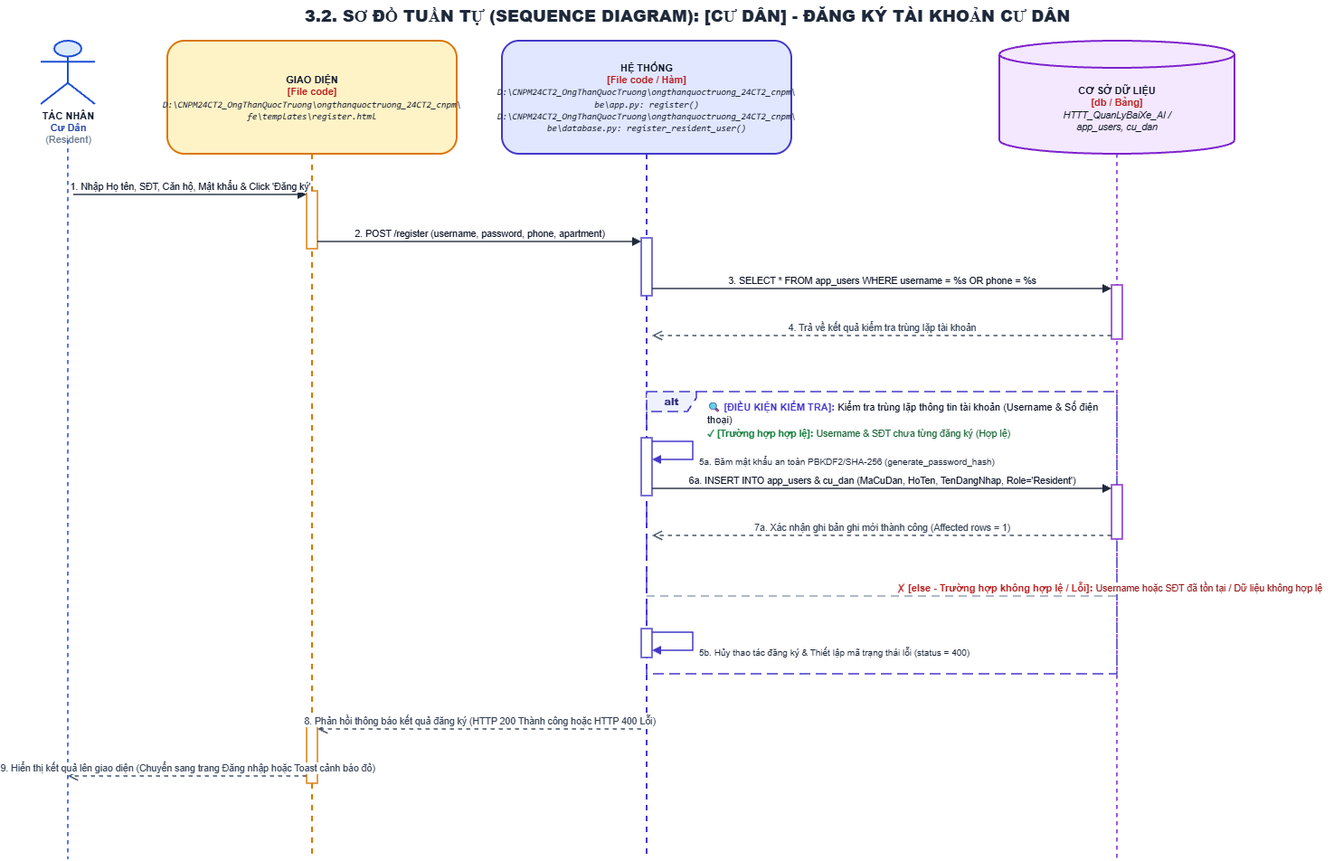
Above: ongthanquoctruong_24CT2_cnpm/docs/Tuần Tự/chức năng đăng ký người dùng.drawio.png in Truong027/CNPM24 (draw.io), before the change. Source tidied: cells renumbered, new cells last; positions are measured from the earlier drawing's top-left corner, leaving out a move shared by most shapes.
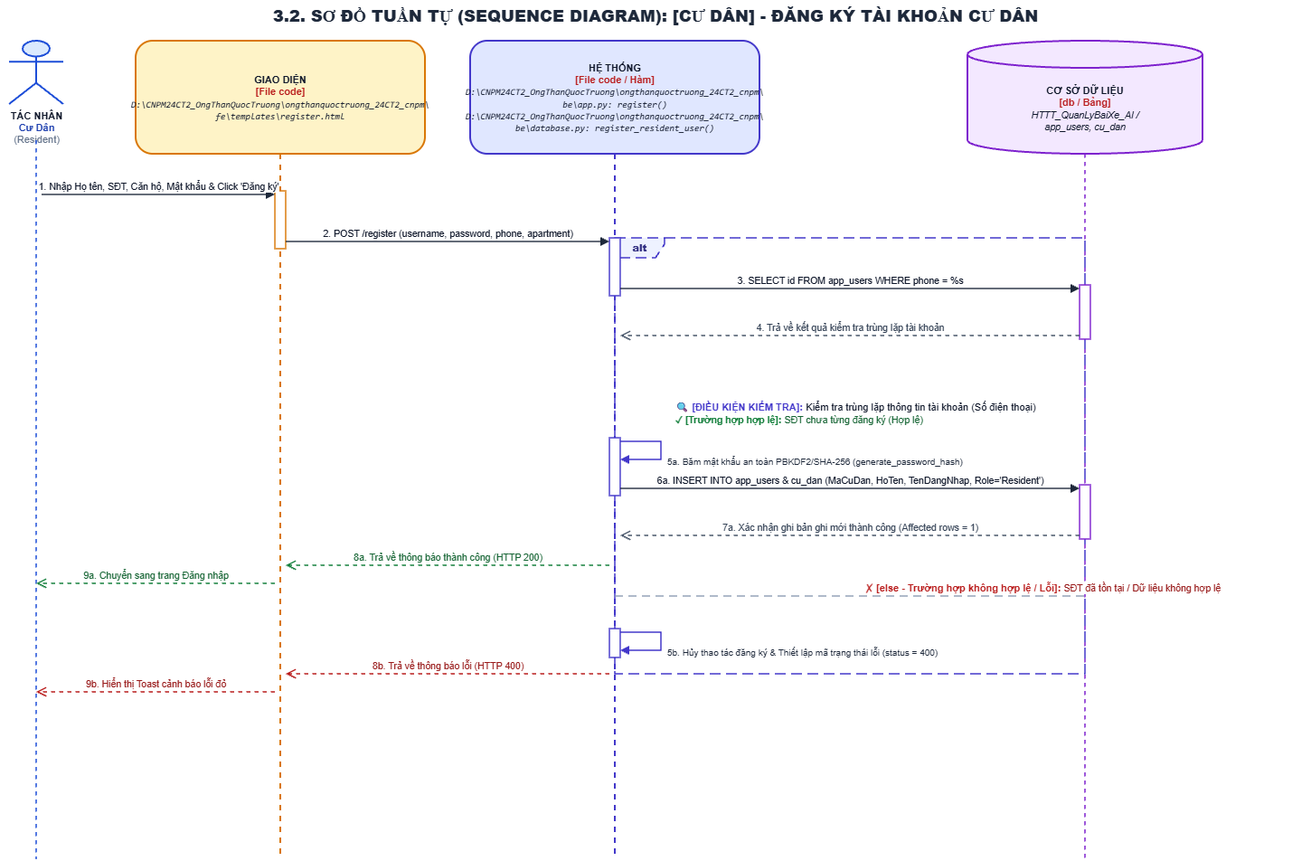
After the commit.

Change to the diagram source:
```diff
@@ -30,12 +30,12 @@
       </mxGeometry>
     </mxCell>
     <mxCell id="9" value="&lt;b&gt;alt&lt;/b&gt;" style="shape=umlFrame;whiteSpace=wrap;html=1;width=55;height=22;dashed=1;dashPattern=8 4;strokeColor=#4338CA;fillColor=#EEF2FF;strokeWidth=1.5;align=center;verticalAlign=middle;fontStyle=1;fontSize=11;fontColor=#312E81;" parent="1" vertex="1">
-      <mxGeometry x="680" y="433" width="520" height="312" as="geometry" />
+      <mxGeometry x="680" y="263" width="520" height="482" as="geometry" />
     </mxCell>
-    <mxCell id="10" value="&lt;b&gt;&lt;font color='#4338CA' style='font-size: 11px;'&gt;🔍 [ĐIỀU KIỆN KIỂM TRA]:&lt;/font&gt;&lt;/b&gt; &lt;font color='#0F172A' style='font-size: 11px;'&gt;Kiểm tra trùng lặp thông tin tài khoản (Username &amp; Số điện thoại)&lt;/font&gt;&lt;br/&gt;&lt;b&gt;&lt;font color='#15803D' style='font-size: 10.5px;'&gt;✓ [Trường hợp hợp lệ]:&lt;/font&gt;&lt;/b&gt; &lt;font color='#166534' style='font-size: 10.5px;'&gt;Username &amp; SĐT chưa từng đăng ký (Hợp lệ)&lt;/font&gt;" style="text;html=1;strokeColor=none;fillColor=none;align=left;verticalAlign=top;whiteSpace=wrap;rounded=0;" parent="1" vertex="1">
+    <mxCell id="10" value="&lt;b&gt;&lt;font color='#4338CA' style='font-size: 11px;'&gt;🔍 [ĐIỀU KIỆN KIỂM TRA]:&lt;/font&gt;&lt;/b&gt; &lt;font color='#0F172A' style='font-size: 11px;'&gt;Kiểm tra trùng lặp thông tin tài khoản (Số điện thoại)&lt;/font&gt;&lt;br/&gt;&lt;b&gt;&lt;font color='#15803D' style='font-size: 10.5px;'&gt;✓ [Trường hợp hợp lệ]:&lt;/font&gt;&lt;/b&gt; &lt;font color='#166534' style='font-size: 10.5px;'&gt;SĐT chưa từng đăng ký (Hợp lệ)&lt;/font&gt;" style="text;html=1;strokeColor=none;fillColor=none;align=left;verticalAlign=top;whiteSpace=wrap;rounded=0;" parent="1" vertex="1">
       <mxGeometry x="745" y="436" width="445" height="36" as="geometry" />
     </mxCell>
-    <mxCell id="11" value="&lt;b&gt;&lt;font color='#B91C1C' style='font-size: 11px;'&gt;✗ [else - Trường hợp không hợp lệ / Lỗi]:&lt;/font&gt;&lt;/b&gt; &lt;font color='#991B1B' style='font-size: 10.5px;'&gt;Username hoặc SĐT đã tồn tại / Dữ liệu không hợp lệ&lt;/font&gt;" style="html=1;strokeWidth=1.5;strokeColor=#94A3B8;dashed=1;dashPattern=6 4;endArrow=none;align=left;verticalAlign=bottom;spacingLeft=15;" parent="1" edge="1">
+    <mxCell id="11" value="&lt;b&gt;&lt;font color='#B91C1C' style='font-size: 11px;'&gt;✗ [else - Trường hợp không hợp lệ / Lỗi]:&lt;/font&gt;&lt;/b&gt; &lt;font color='#991B1B' style='font-size: 10.5px;'&gt;SĐT đã tồn tại / Dữ liệu không hợp lệ&lt;/font&gt;" style="html=1;strokeWidth=1.5;strokeColor=#94A3B8;dashed=1;dashPattern=6 4;endArrow=none;align=left;verticalAlign=bottom;spacingLeft=15;" parent="1" edge="1">
       <mxGeometry relative="1" as="geometry">
         <mxPoint x="680" y="659" as="sourcePoint" />
         <mxPoint x="1200" y="659" as="targetPoint" />
@@ -44,9 +44,6 @@
     <mxCell id="12" style="html=1;perimeter=orthogonalPerimeter;targetShapes=umlLifeline;topToBottom=1;fillColor=#FFFFFF;strokeColor=#D97706;strokeWidth=1.5;rounded=0;" parent="1" vertex="1">
       <mxGeometry x="304" y="211" width="12" height="64" as="geometry" />
     </mxCell>
-    <mxCell id="13" style="html=1;perimeter=orthogonalPerimeter;targetShapes=umlLifeline;topToBottom=1;fillColor=#FFFFFF;strokeColor=#D97706;strokeWidth=1.5;rounded=0;" parent="1" vertex="1">
-      <mxGeometry x="304" y="802" width="12" height="64" as="geometry" />
-    </mxCell>
     <mxCell id="14" style="html=1;perimeter=orthogonalPerimeter;targetShapes=umlLifeline;topToBottom=1;fillColor=#FFFFFF;strokeColor=#4338CA;strokeWidth=1.5;rounded=0;" parent="1" vertex="1">
       <mxGeometry x="674" y="263" width="12" height="64" as="geometry" />
     </mxCell>
@@ -74,7 +71,7 @@
         <mxPoint x="674" y="267" as="targetPoint" />
       </mxGeometry>
     </mxCell>
-    <mxCell id="21" value="3. SELECT * FROM app_users WHERE username = %s OR phone = %s" style="html=1;verticalAlign=bottom;endArrow=block;rounded=0;strokeColor=#1E293B;strokeWidth=1.5;fontColor=#0F172A;fontSize=10.5;" parent="1" edge="1">
+    <mxCell id="21" value="3. SELECT id FROM app_users WHERE phone = %s" style="html=1;verticalAlign=bottom;endArrow=block;rounded=0;strokeColor=#1E293B;strokeWidth=1.5;fontColor=#0F172A;fontSize=10.5;" parent="1" edge="1">
       <mxGeometry relative="1" as="geometry">
         <mxPoint x="686" y="319" as="sourcePoint" />
         <mxPoint x="1194" y="319" as="targetPoint" />
@@ -118,17 +115,29 @@
         </Array>
       </mxGeometry>
     </mxCell>
-    <mxCell id="27" value="8. Phản hồi thông báo kết quả đăng ký (HTTP 200 Thành công hoặc HTTP 400 Lỗi)" style="html=1;verticalAlign=bottom;endArrow=open;dashed=1;endSize=8;rounded=0;strokeColor=#475569;strokeWidth=1.5;fontColor=#334155;fontSize=10.5;" parent="1" edge="1">
-      <mxGeometry relative="1" as="geometry">
-        <mxPoint x="674" y="806" as="sourcePoint" />
-        <mxPoint x="316" y="806" as="targetPoint" />
-      </mxGeometry>
-    </mxCell>
-    <mxCell id="28" value="9. Hiển thị kết quả lên giao diện (Chuyển sang trang Đăng nhập hoặc Toast cảnh báo đỏ)" style="html=1;verticalAlign=bottom;endArrow=open;dashed=1;endSize=8;rounded=0;strokeColor=#475569;strokeWidth=1.5;fontColor=#334155;fontSize=10.5;" parent="1" edge="1">
-      <mxGeometry relative="1" as="geometry">
-        <mxPoint x="304" y="858" as="sourcePoint" />
-        <mxPoint x="40" y="858" as="targetPoint" />
-      </mxGeometry>
-    </mxCell>
+    <mxCell id="29" value="8a. Trả về thông báo thành công (HTTP 200)" style="html=1;verticalAlign=bottom;endArrow=open;dashed=1;endSize=8;rounded=0;strokeColor=#15803D;strokeWidth=1.5;fontColor=#166534;fontSize=10.5;" parent="1" edge="1">
+      <mxGeometry relative="1" as="geometry">
+        <mxPoint x="674" y="625" as="sourcePoint" />
+        <mxPoint x="316" y="625" as="targetPoint" />
+      </mxGeometry>
+    </mxCell>
+    <mxCell id="30" value="9a. Chuyển sang trang Đăng nhập" style="html=1;verticalAlign=bottom;endArrow=open;dashed=1;endSize=8;rounded=0;strokeColor=#15803D;strokeWidth=1.5;fontColor=#166534;fontSize=10.5;" parent="1" edge="1">
+      <mxGeometry relative="1" as="geometry">
+        <mxPoint x="304" y="645" as="sourcePoint" />
+        <mxPoint x="40" y="645" as="targetPoint" />
+      </mxGeometry>
+    </mxCell>
+    <mxCell id="31" value="8b. Trả về thông báo lỗi (HTTP 400)" style="html=1;verticalAlign=bottom;endArrow=open;dashed=1;endSize=8;rounded=0;strokeColor=#B91C1C;strokeWidth=1.5;fontColor=#991B1B;fontSize=10.5;" parent="1" edge="1">
+      <mxGeometry relative="1" as="geometry">
+        <mxPoint x="674" y="745" as="sourcePoint" />
+        <mxPoint x="316" y="745" as="targetPoint" />
+      </mxGeometry>
+    </mxCell>
+    <mxCell id="32" value="9b. Hiển thị Toast cảnh báo lỗi đỏ" style="html=1;verticalAlign=bottom;endArrow=open;dashed=1;endSize=8;rounded=0;strokeColor=#B91C1C;strokeWidth=1.5;fontColor=#991B1B;fontSize=10.5;" parent="1" edge="1">
+      <mxGeometry relative="1" as="geometry">
+        <mxPoint x="304" y="765" as="sourcePoint" />
+        <mxPoint x="40" y="765" as="targetPoint" />
+      </mxGeometry>
+    </mxCell>
   </root>
 </mxGraphModel>
```
